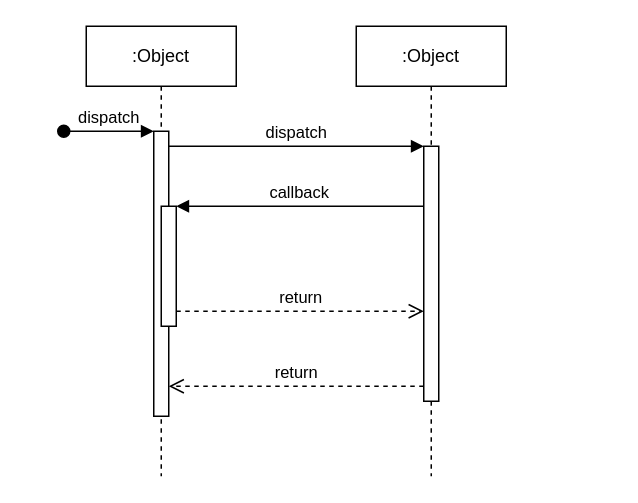
Before: my-thesis/diagrams/upsert-user-vm.drawio in ba-nhermanto/thesis, a draw.io diagram. Source tidied: cells renumbered, new cells numbered last; positions are measured from the earlier drawing's top-left corner, leaving out a move shared by most shapes. Both pictures are drawn from the tidied source at 150%, with x=0, y=0 at pixel (63, 26).
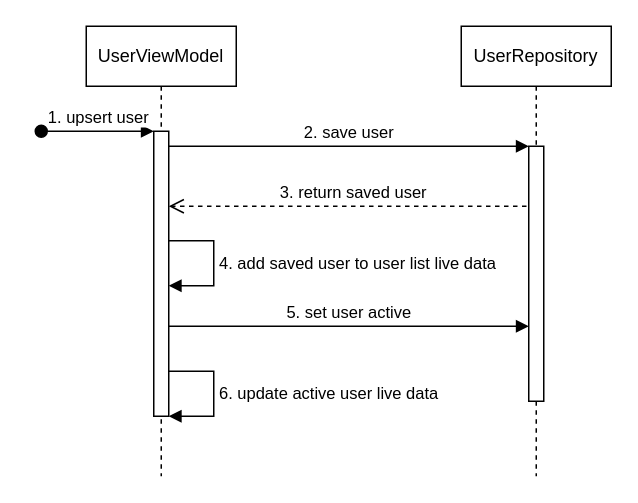
The same page after the edit.

The change refers to these unchanged cells:
```xml
<mxCell id="3" style="html=1;points=[];perimeter=orthogonalPerimeter;outlineConnect=0;targetShapes=umlLifeline;portConstraint=eastwest;newEdgeStyle={&quot;edgeStyle&quot;:&quot;elbowEdgeStyle&quot;,&quot;elbow&quot;:&quot;vertical&quot;,&quot;curved&quot;:0,&quot;rounded&quot;:0};" parent="2" vertex="1">
  <mxGeometry x="45" y="70" width="10" height="190" as="geometry" />
</mxCell>
<mxCell id="7" style="html=1;points=[];perimeter=orthogonalPerimeter;outlineConnect=0;targetShapes=umlLifeline;portConstraint=eastwest;newEdgeStyle={&quot;edgeStyle&quot;:&quot;elbowEdgeStyle&quot;,&quot;elbow&quot;:&quot;vertical&quot;,&quot;curved&quot;:0,&quot;rounded&quot;:0};" parent="6" vertex="1">
  <mxGeometry x="45" y="80" width="10" height="170" as="geometry" />
</mxCell>
```

Diff of the diagram source:
```diff
@@
+    <mxCell id="12" value="3. return saved user" style="html=1;verticalAlign=bottom;endArrow=open;dashed=1;endSize=8;edgeStyle=elbowEdgeStyle;elbow=vertical;curved=0;rounded=0;" parent="1" edge="1" source="6">
+      <mxGeometry relative="1" as="geometry">
+        <mxPoint x="70" y="120" as="targetPoint" />
+        <Array as="points">
+          <mxPoint x="165" y="120" />
+        </Array>
+      </mxGeometry>
+    </mxCell>
-    <mxCell id="2" value=":Object" style="shape=umlLifeline;perimeter=lifelinePerimeter;whiteSpace=wrap;html=1;newEdgeStyle={&quot;edgeStyle&quot;:&quot;elbowEdgeStyle&quot;,&quot;elbow&quot;:&quot;vertical&quot;,&quot;curved&quot;:0,&quot;rounded&quot;:0};" parent="1" vertex="1">
+    <mxCell id="2" value="UserViewModel" style="shape=umlLifeline;perimeter=lifelinePerimeter;whiteSpace=wrap;html=1;newEdgeStyle={&quot;edgeStyle&quot;:&quot;elbowEdgeStyle&quot;,&quot;elbow&quot;:&quot;vertical&quot;,&quot;curved&quot;:0,&quot;rounded&quot;:0};" parent="1" vertex="1">
       <mxGeometry x="15" width="100" height="300" as="geometry" />
     </mxCell>
@@
-    <mxCell id="4" value="dispatch" style="html=1;verticalAlign=bottom;startArrow=oval;endArrow=block;startSize=8;edgeStyle=elbowEdgeStyle;elbow=vertical;curved=0;rounded=0;" parent="2" edge="1" target="3">
+    <mxCell id="4" value="1. upsert user" style="html=1;verticalAlign=bottom;startArrow=oval;endArrow=block;startSize=8;edgeStyle=elbowEdgeStyle;elbow=vertical;curved=0;rounded=0;" parent="2" edge="1" target="3">
       <mxGeometry relative="1" as="geometry">
-        <mxPoint x="-15" y="70" as="sourcePoint" />
+        <mxPoint x="-30" y="70" as="sourcePoint" />
       </mxGeometry>
     </mxCell>
-    <mxCell id="5" style="html=1;points=[];perimeter=orthogonalPerimeter;outlineConnect=0;targetShapes=umlLifeline;portConstraint=eastwest;newEdgeStyle={&quot;edgeStyle&quot;:&quot;elbowEdgeStyle&quot;,&quot;elbow&quot;:&quot;vertical&quot;,&quot;curved&quot;:0,&quot;rounded&quot;:0};" parent="2" vertex="1">
-      <mxGeometry x="50" y="120" width="10" height="80" as="geometry" />
-    </mxCell>
-    <mxCell id="6" value=":Object" style="shape=umlLifeline;perimeter=lifelinePerimeter;whiteSpace=wrap;html=1;outlineConnect=0;portConstraint=eastwest;newEdgeStyle={&quot;edgeStyle&quot;:&quot;elbowEdgeStyle&quot;,&quot;elbow&quot;:&quot;vertical&quot;,&quot;curved&quot;:0,&quot;rounded&quot;:0};" parent="1" vertex="1">
-      <mxGeometry x="195" width="100" height="300" as="geometry" />
+    <mxCell id="6" value="UserRepository" style="shape=umlLifeline;perimeter=lifelinePerimeter;whiteSpace=wrap;html=1;outlineConnect=0;portConstraint=eastwest;newEdgeStyle={&quot;edgeStyle&quot;:&quot;elbowEdgeStyle&quot;,&quot;elbow&quot;:&quot;vertical&quot;,&quot;curved&quot;:0,&quot;rounded&quot;:0};" parent="1" vertex="1">
+      <mxGeometry x="265" width="100" height="300" as="geometry" />
     </mxCell>
@@
-    <mxCell id="8" value="dispatch" style="html=1;verticalAlign=bottom;endArrow=block;edgeStyle=elbowEdgeStyle;elbow=vertical;curved=0;rounded=0;" parent="1" edge="1" source="3" target="7">
+    <mxCell id="8" value="2. save user" style="html=1;verticalAlign=bottom;endArrow=block;edgeStyle=elbowEdgeStyle;elbow=vertical;curved=0;rounded=0;" parent="1" edge="1" source="3" target="7">
       <mxGeometry relative="1" as="geometry">
         <Array as="points">
           <mxPoint x="155" y="80" />
         </Array>
       </mxGeometry>
     </mxCell>
-    <mxCell id="9" value="return" style="html=1;verticalAlign=bottom;endArrow=open;dashed=1;endSize=8;edgeStyle=elbowEdgeStyle;elbow=vertical;curved=0;rounded=0;" parent="1" edge="1" source="7" target="3">
-      <mxGeometry relative="1" as="geometry">
-        <Array as="points">
-          <mxPoint x="165" y="240" />
-        </Array>
-      </mxGeometry>
-    </mxCell>
-    <mxCell id="10" value="callback" style="html=1;verticalAlign=bottom;endArrow=block;edgeStyle=elbowEdgeStyle;elbow=vertical;curved=0;rounded=0;" parent="1" edge="1" source="7" target="5">
-      <mxGeometry relative="1" as="geometry">
-        <Array as="points">
-          <mxPoint x="165" y="120" />
-        </Array>
-      </mxGeometry>
-    </mxCell>
-    <mxCell id="11" value="return" style="html=1;verticalAlign=bottom;endArrow=open;dashed=1;endSize=8;edgeStyle=elbowEdgeStyle;elbow=vertical;curved=0;rounded=0;" parent="1" edge="1" source="5" target="7">
-      <mxGeometry relative="1" as="geometry">
-        <Array as="points">
-          <mxPoint x="155" y="190" />
-        </Array>
-      </mxGeometry>
-    </mxCell>
+    <mxCell id="13" value="5. set user active" style="html=1;verticalAlign=bottom;endArrow=block;edgeStyle=elbowEdgeStyle;elbow=vertical;curved=0;rounded=0;" parent="1" edge="1" target="7">
+      <mxGeometry relative="1" as="geometry">
+        <mxPoint x="70" y="200" as="sourcePoint" />
+        <Array as="points">
+          <mxPoint x="155" y="200" />
+        </Array>
+      </mxGeometry>
+    </mxCell>
+    <mxCell id="14" value="6. update active user live data" style="html=1;align=left;spacingLeft=2;endArrow=block;rounded=0;edgeStyle=orthogonalEdgeStyle;curved=0;rounded=0;" parent="1" edge="1">
+      <mxGeometry relative="1" as="geometry">
+        <mxPoint x="70" y="230" as="sourcePoint" />
+        <mxPoint x="70" y="260" as="targetPoint" />
+        <Array as="points">
+          <mxPoint x="100" y="230" />
+          <mxPoint x="100" y="260" />
+        </Array>
+      </mxGeometry>
+    </mxCell>
+    <mxCell id="15" value="4. add saved user to user list live data" style="html=1;align=left;spacingLeft=2;endArrow=block;rounded=0;edgeStyle=orthogonalEdgeStyle;curved=0;rounded=0;" parent="1" edge="1">
+      <mxGeometry relative="1" as="geometry">
+        <mxPoint x="70" y="143" as="sourcePoint" />
+        <mxPoint x="70" y="173" as="targetPoint" />
+        <Array as="points">
+          <mxPoint x="100" y="143" />
+          <mxPoint x="100" y="173" />
+        </Array>
+      </mxGeometry>
+    </mxCell>
```
